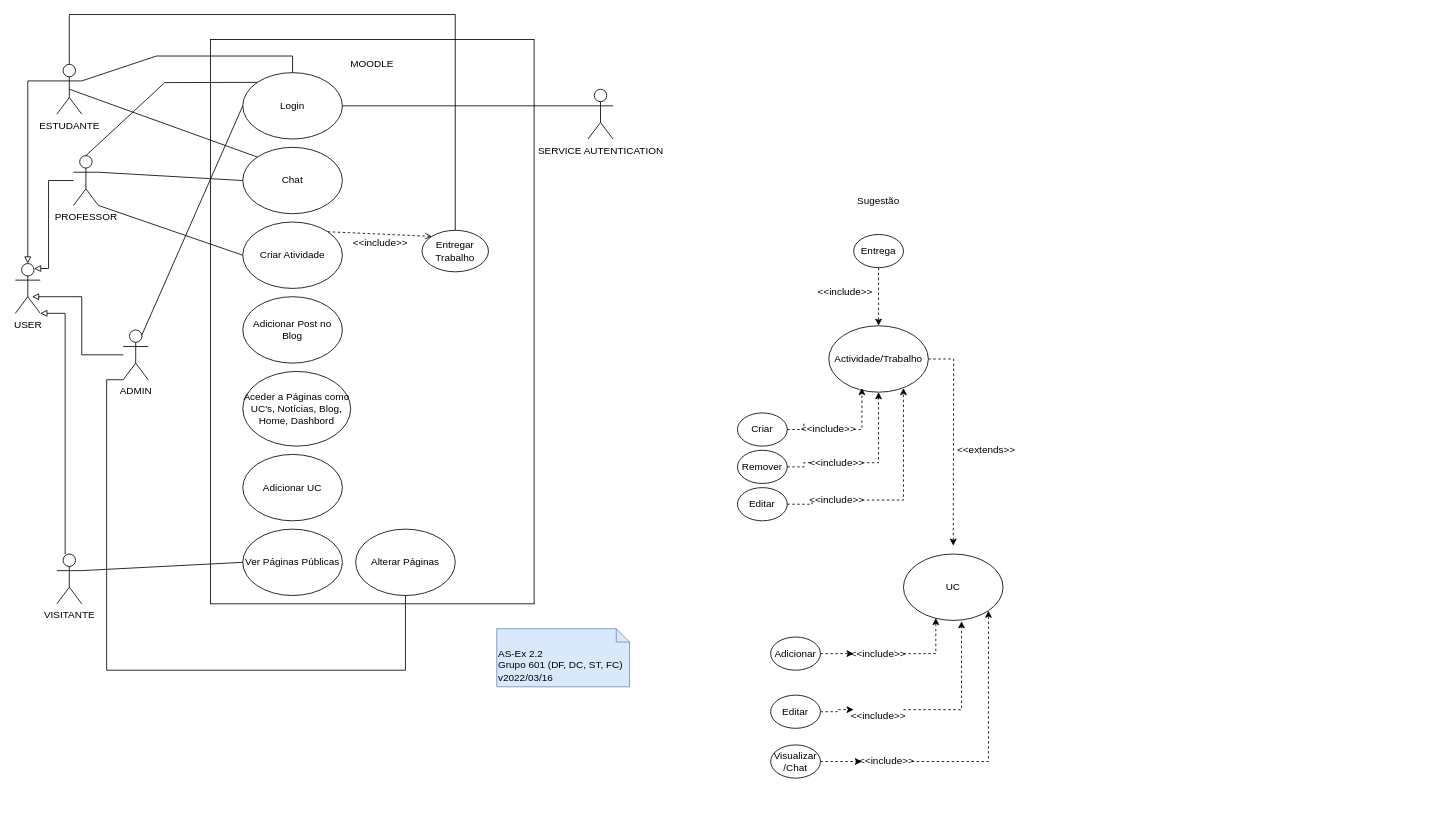
DavidAraujo98/AS keeps this draw.io diagram as page "2.2" (3 of 3) of P/P2/P2.drawio. Above is the earlier version. Source tidied: cells renumbered, new cells numbered last; positions are measured from the earlier drawing's top-left corner, leaving out a move shared by most shapes. Both pictures are drawn from the tidied source at 83%, with x=0, y=0 at pixel (15, 14).
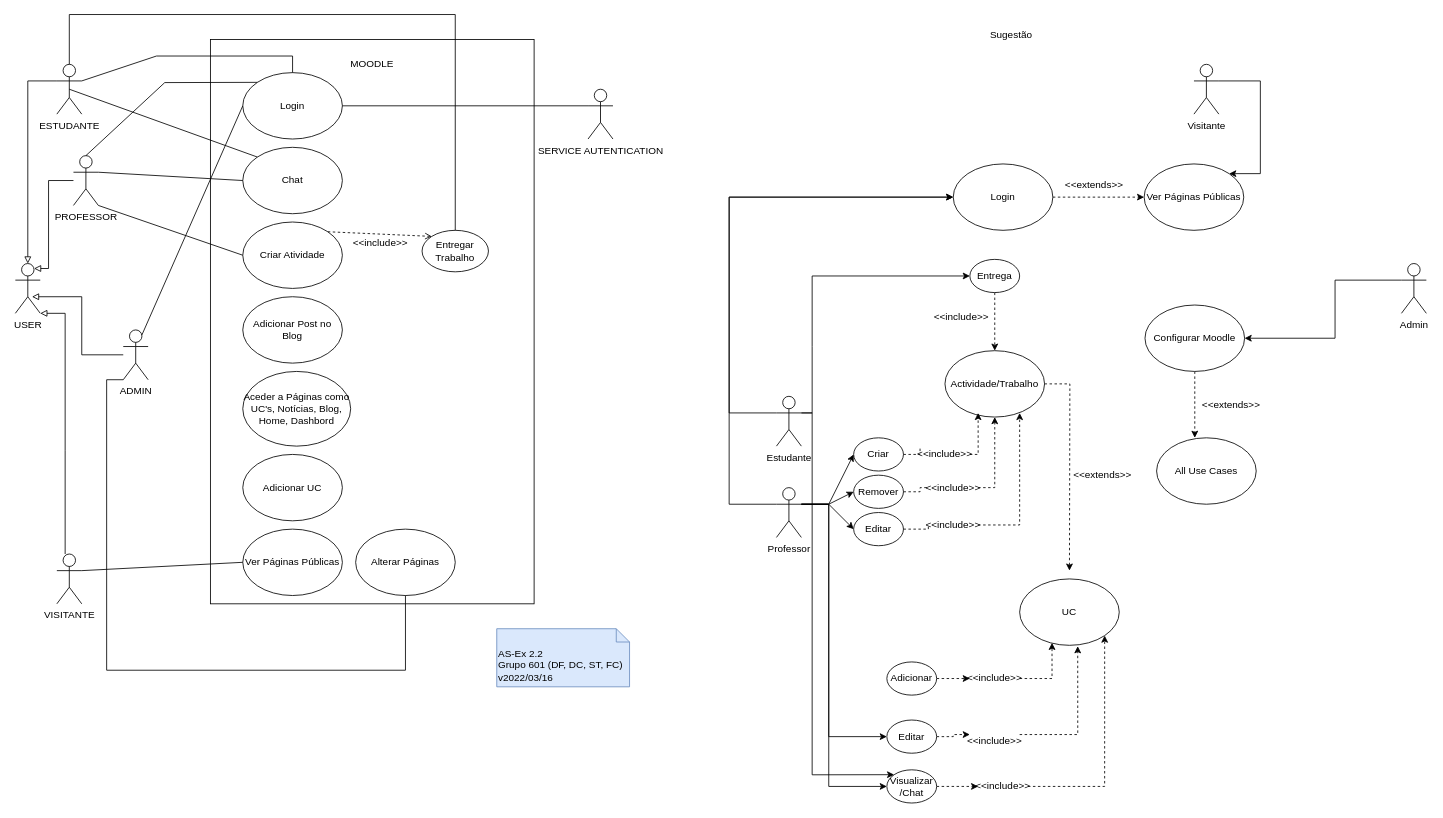
Above is the later version.

What changed in the source:
```diff
@@
     <mxCell id="38" style="edgeStyle=orthogonalEdgeStyle;rounded=0;jettySize=auto;html=1;exitX=1;exitY=0.5;exitDx=0;exitDy=0;dashed=1;" parent="1" edge="1" source="39">
       <mxGeometry relative="1" as="geometry">
-        <mxPoint x="1130" y="640" as="targetPoint" />
+        <mxPoint x="1270" y="670" as="targetPoint" />
       </mxGeometry>
     </mxCell>
     <mxCell id="39" value="Actividade/Trabalho" style="ellipse;whiteSpace=wrap;html=1;" parent="1" vertex="1">
-      <mxGeometry x="980" y="375" width="120" height="80" as="geometry" />
+      <mxGeometry x="1120" y="405" width="120" height="80" as="geometry" />
     </mxCell>
     <mxCell id="40" style="edgeStyle=orthogonalEdgeStyle;rounded=0;jettySize=auto;html=1;exitX=1;exitY=0.5;exitDx=0;exitDy=0;entryX=0.333;entryY=0.938;entryDx=0;entryDy=0;entryPerimeter=0;dashed=1;startArrow=none;" parent="1" edge="1" source="51" target="39">
       <mxGeometry relative="1" as="geometry">
         <Array as="points">
-          <mxPoint x="1020" y="500" />
+          <mxPoint x="1160" y="530" />
         </Array>
       </mxGeometry>
     </mxCell>
     <mxCell id="41" value="Criar" style="ellipse;whiteSpace=wrap;html=1;" parent="1" vertex="1">
-      <mxGeometry x="870" y="480" width="60" height="40" as="geometry" />
+      <mxGeometry x="1010" y="510" width="60" height="40" as="geometry" />
     </mxCell>
@@
     <mxCell id="43" value="Remover" style="ellipse;whiteSpace=wrap;html=1;" parent="1" vertex="1">
-      <mxGeometry x="870" y="525" width="60" height="40" as="geometry" />
+      <mxGeometry x="1010" y="555" width="60" height="40" as="geometry" />
     </mxCell>
@@
     <mxCell id="45" value="Editar" style="ellipse;whiteSpace=wrap;html=1;" parent="1" vertex="1">
-      <mxGeometry x="870" y="570" width="60" height="40" as="geometry" />
+      <mxGeometry x="1010" y="600" width="60" height="40" as="geometry" />
     </mxCell>
     <mxCell id="46" value="Entrega" style="ellipse;whiteSpace=wrap;html=1;" parent="1" vertex="1">
-      <mxGeometry x="1010" y="265" width="60" height="40" as="geometry" />
+      <mxGeometry x="1150" y="295" width="60" height="40" as="geometry" />
     </mxCell>
     <mxCell id="47" value="&lt;div&gt;&amp;lt;&amp;lt;include&amp;gt;&amp;gt;&lt;/div&gt;" style="text;html=1;strokeColor=none;fillColor=none;align=center;verticalAlign=middle;whiteSpace=wrap;rounded=0;" parent="1" vertex="1">
-      <mxGeometry x="960" y="570" width="60" height="30" as="geometry" />
+      <mxGeometry x="1100" y="600" width="60" height="30" as="geometry" />
     </mxCell>
     <mxCell id="48" style="edgeStyle=orthogonalEdgeStyle;rounded=0;jettySize=auto;html=1;exitX=1;exitY=0.5;exitDx=0;exitDy=0;dashed=1;endArrow=none;entryX=0;entryY=0.5;entryDx=0;entryDy=0;" parent="1" edge="1" source="45" target="47">
       <mxGeometry relative="1" as="geometry">
         <Array as="points">
-          <mxPoint x="960" y="590" />
+          <mxPoint x="1100" y="620" />
         </Array>
       </mxGeometry>
     </mxCell>
     <mxCell id="49" value="&lt;div&gt;&amp;lt;&amp;lt;include&amp;gt;&amp;gt;&lt;/div&gt;" style="text;html=1;strokeColor=none;fillColor=none;align=center;verticalAlign=middle;whiteSpace=wrap;rounded=0;" parent="1" vertex="1">
-      <mxGeometry x="960" y="525" width="60" height="30" as="geometry" />
+      <mxGeometry x="1100" y="555" width="60" height="30" as="geometry" />
     </mxCell>
@@
     <mxCell id="51" value="&lt;div&gt;&amp;lt;&amp;lt;include&amp;gt;&amp;gt;&lt;/div&gt;" style="text;html=1;strokeColor=none;fillColor=none;align=center;verticalAlign=middle;whiteSpace=wrap;rounded=0;" parent="1" vertex="1">
-      <mxGeometry x="950" y="485" width="60" height="30" as="geometry" />
+      <mxGeometry x="1090" y="515" width="60" height="30" as="geometry" />
     </mxCell>
@@
     <mxCell id="53" value="&lt;div&gt;&amp;lt;&amp;lt;include&amp;gt;&amp;gt;&lt;/div&gt;" style="text;html=1;strokeColor=none;fillColor=none;align=center;verticalAlign=middle;whiteSpace=wrap;rounded=0;" parent="1" vertex="1">
-      <mxGeometry x="970" y="320" width="60" height="30" as="geometry" />
+      <mxGeometry x="1110" y="350" width="60" height="30" as="geometry" />
     </mxCell>
     <mxCell id="54" value="Sugestão" style="text;html=1;strokeColor=none;fillColor=none;align=center;verticalAlign=middle;whiteSpace=wrap;rounded=0;" parent="1" vertex="1">
-      <mxGeometry x="1010" y="210" width="60" height="30" as="geometry" />
+      <mxGeometry x="1170" y="10" width="60" height="30" as="geometry" />
     </mxCell>
     <mxCell id="55" value="UC" style="ellipse;whiteSpace=wrap;html=1;" parent="1" vertex="1">
-      <mxGeometry x="1070" y="650" width="120" height="80" as="geometry" />
+      <mxGeometry x="1210" y="680" width="120" height="80" as="geometry" />
     </mxCell>
@@
     <mxCell id="57" value="Adicionar" style="ellipse;whiteSpace=wrap;html=1;" parent="1" vertex="1">
-      <mxGeometry x="910" y="750" width="60" height="40" as="geometry" />
+      <mxGeometry x="1050" y="780" width="60" height="40" as="geometry" />
     </mxCell>
@@
     <mxCell id="59" value="Editar" style="ellipse;whiteSpace=wrap;html=1;" parent="1" vertex="1">
-      <mxGeometry x="910" y="820" width="60" height="40" as="geometry" />
+      <mxGeometry x="1050" y="850" width="60" height="40" as="geometry" />
     </mxCell>
@@
     <mxCell id="61" value="&lt;div&gt;&amp;lt;&amp;lt;include&amp;gt;&amp;gt;&lt;/div&gt;" style="text;html=1;strokeColor=none;fillColor=none;align=center;verticalAlign=middle;whiteSpace=wrap;rounded=0;" parent="1" vertex="1">
-      <mxGeometry x="1010" y="830" width="60" height="30" as="geometry" />
+      <mxGeometry x="1150" y="860" width="60" height="30" as="geometry" />
     </mxCell>
@@
     <mxCell id="63" value="&lt;div&gt;&amp;lt;&amp;lt;include&amp;gt;&amp;gt;&lt;/div&gt;" style="text;html=1;strokeColor=none;fillColor=none;align=center;verticalAlign=middle;whiteSpace=wrap;rounded=0;" parent="1" vertex="1">
-      <mxGeometry x="1010" y="755" width="60" height="30" as="geometry" />
+      <mxGeometry x="1150" y="785" width="60" height="30" as="geometry" />
     </mxCell>
@@
     <mxCell id="65" value="Visualizar&lt;br&gt;/Chat" style="ellipse;whiteSpace=wrap;html=1;" parent="1" vertex="1">
-      <mxGeometry x="910" y="880" width="60" height="40" as="geometry" />
+      <mxGeometry x="1050" y="910" width="60" height="40" as="geometry" />
     </mxCell>
@@
     <mxCell id="67" value="&lt;div&gt;&amp;lt;&amp;lt;include&amp;gt;&amp;gt;&lt;/div&gt;" style="text;html=1;strokeColor=none;fillColor=none;align=center;verticalAlign=middle;whiteSpace=wrap;rounded=0;" parent="1" vertex="1">
-      <mxGeometry x="1020" y="885" width="60" height="30" as="geometry" />
+      <mxGeometry x="1160" y="915" width="60" height="30" as="geometry" />
     </mxCell>
     <mxCell id="68" value="&lt;div&gt;&amp;lt;&amp;lt;extends&amp;gt;&amp;gt;&lt;/div&gt;" style="text;html=1;strokeColor=none;fillColor=none;align=center;verticalAlign=middle;whiteSpace=wrap;rounded=0;" parent="1" vertex="1">
-      <mxGeometry x="1140" y="510" width="60" height="30" as="geometry" />
+      <mxGeometry x="1280" y="540" width="60" height="30" as="geometry" />
     </mxCell>
+    <mxCell id="69" style="edgeStyle=none;rounded=0;jettySize=auto;html=1;exitX=1;exitY=0.5;exitDx=0;exitDy=0;entryX=0;entryY=0.5;entryDx=0;entryDy=0;dashed=1;" parent="1" edge="1" source="70" target="71">
+      <mxGeometry relative="1" as="geometry" />
+    </mxCell>
+    <mxCell id="70" value="&lt;div&gt;Login&lt;/div&gt;" style="ellipse;whiteSpace=wrap;html=1;" parent="1" vertex="1">
+      <mxGeometry x="1130" y="180" width="120" height="80" as="geometry" />
+    </mxCell>
+    <mxCell id="71" value="&lt;div&gt;Ver Páginas Públicas&lt;/div&gt;" style="ellipse;whiteSpace=wrap;html=1;" parent="1" vertex="1">
+      <mxGeometry x="1360" y="180" width="120" height="80" as="geometry" />
+    </mxCell>
+    <mxCell id="72" style="edgeStyle=none;rounded=0;jettySize=auto;html=1;exitX=0.5;exitY=1;exitDx=0;exitDy=0;dashed=1;" parent="1" edge="1" source="73">
+      <mxGeometry relative="1" as="geometry">
+        <mxPoint x="1421" y="510" as="targetPoint" />
+      </mxGeometry>
+    </mxCell>
+    <mxCell id="73" value="&lt;div&gt;Configurar Moodle&lt;/div&gt;" style="ellipse;whiteSpace=wrap;html=1;" parent="1" vertex="1">
+      <mxGeometry x="1361" y="350" width="120" height="80" as="geometry" />
+    </mxCell>
+    <mxCell id="74" style="edgeStyle=orthogonalEdgeStyle;rounded=0;jettySize=auto;html=1;exitX=1;exitY=0.3333333333333333;exitDx=0;exitDy=0;exitPerimeter=0;entryX=1;entryY=0;entryDx=0;entryDy=0;" parent="1" edge="1" target="71">
+      <mxGeometry relative="1" as="geometry">
+        <mxPoint x="1450" y="80" as="sourcePoint" />
+        <Array as="points">
+          <mxPoint x="1500" y="80" />
+          <mxPoint x="1500" y="192" />
+        </Array>
+      </mxGeometry>
+    </mxCell>
+    <mxCell id="75" value="&lt;div&gt;Visitante&lt;/div&gt;&lt;div&gt;&lt;br&gt;&lt;/div&gt;&lt;div&gt;&lt;br&gt;&lt;/div&gt;" style="shape=umlActor;verticalLabelPosition=bottom;verticalAlign=top;html=1;" parent="1" vertex="1">
+      <mxGeometry x="1420" y="60" width="30" height="60" as="geometry" />
+    </mxCell>
+    <mxCell id="76" style="rounded=0;jettySize=auto;html=1;exitX=0;exitY=0.3333333333333333;exitDx=0;exitDy=0;exitPerimeter=0;" parent="1" edge="1" source="77" target="73">
+      <mxGeometry relative="1" as="geometry">
+        <Array as="points">
+          <mxPoint x="1590" y="320" />
+          <mxPoint x="1590" y="390" />
+        </Array>
+      </mxGeometry>
+    </mxCell>
+    <mxCell id="77" value="&lt;div&gt;Admin&lt;/div&gt;" style="shape=umlActor;verticalLabelPosition=bottom;verticalAlign=top;html=1;outlineConnect=0;" parent="1" vertex="1">
+      <mxGeometry x="1670" y="300" width="30" height="60" as="geometry" />
+    </mxCell>
+    <mxCell id="78" style="edgeStyle=none;rounded=0;jettySize=auto;html=1;exitX=1;exitY=0.3333333333333333;exitDx=0;exitDy=0;exitPerimeter=0;entryX=0;entryY=0.5;entryDx=0;entryDy=0;" parent="1" edge="1" source="84" target="43">
+      <mxGeometry relative="1" as="geometry">
+        <Array as="points">
+          <mxPoint x="980" y="590" />
+        </Array>
+      </mxGeometry>
+    </mxCell>
+    <mxCell id="79" style="edgeStyle=none;rounded=0;jettySize=auto;html=1;exitX=1;exitY=0.3333333333333333;exitDx=0;exitDy=0;exitPerimeter=0;entryX=0;entryY=0.5;entryDx=0;entryDy=0;" parent="1" edge="1" source="84" target="41">
+      <mxGeometry relative="1" as="geometry">
+        <Array as="points">
+          <mxPoint x="980" y="590" />
+        </Array>
+      </mxGeometry>
+    </mxCell>
+    <mxCell id="80" style="edgeStyle=none;rounded=0;jettySize=auto;html=1;exitX=1;exitY=0.3333333333333333;exitDx=0;exitDy=0;exitPerimeter=0;entryX=0;entryY=0.5;entryDx=0;entryDy=0;" parent="1" edge="1" source="84" target="45">
+      <mxGeometry relative="1" as="geometry">
+        <Array as="points">
+          <mxPoint x="980" y="590" />
+        </Array>
+      </mxGeometry>
+    </mxCell>
+    <mxCell id="81" style="edgeStyle=none;rounded=0;jettySize=auto;html=1;exitX=1;exitY=0.3333333333333333;exitDx=0;exitDy=0;exitPerimeter=0;entryX=0;entryY=0.5;entryDx=0;entryDy=0;" parent="1" edge="1" source="84" target="59">
+      <mxGeometry relative="1" as="geometry">
+        <Array as="points">
+          <mxPoint x="980" y="590" />
+          <mxPoint x="980" y="870" />
+        </Array>
+      </mxGeometry>
+    </mxCell>
+    <mxCell id="82" style="edgeStyle=none;rounded=0;jettySize=auto;html=1;exitX=1;exitY=0.3333333333333333;exitDx=0;exitDy=0;exitPerimeter=0;entryX=0;entryY=0.5;entryDx=0;entryDy=0;" parent="1" edge="1" source="84" target="65">
+      <mxGeometry relative="1" as="geometry">
+        <Array as="points">
+          <mxPoint x="980" y="590" />
+          <mxPoint x="980" y="930" />
+        </Array>
+      </mxGeometry>
+    </mxCell>
+    <mxCell id="83" style="edgeStyle=none;rounded=0;jettySize=auto;html=1;exitX=0;exitY=0.3333333333333333;exitDx=0;exitDy=0;exitPerimeter=0;entryX=0;entryY=0.5;entryDx=0;entryDy=0;" parent="1" edge="1" source="84" target="70">
+      <mxGeometry relative="1" as="geometry">
+        <Array as="points">
+          <mxPoint x="860" y="590" />
+          <mxPoint x="860" y="220" />
+        </Array>
+      </mxGeometry>
+    </mxCell>
+    <mxCell id="84" value="&lt;div&gt;Professor&lt;/div&gt;" style="shape=umlActor;verticalLabelPosition=bottom;verticalAlign=top;html=1;outlineConnect=0;" parent="1" vertex="1">
+      <mxGeometry x="917" y="570" width="30" height="60" as="geometry" />
+    </mxCell>
+    <mxCell id="85" style="edgeStyle=none;rounded=0;jettySize=auto;html=1;exitX=1;exitY=0.3333333333333333;exitDx=0;exitDy=0;exitPerimeter=0;entryX=0;entryY=0.5;entryDx=0;entryDy=0;" parent="1" edge="1" source="88" target="46">
+      <mxGeometry relative="1" as="geometry">
+        <Array as="points">
+          <mxPoint x="960" y="480" />
+          <mxPoint x="960" y="400" />
+          <mxPoint x="960" y="315" />
+        </Array>
+      </mxGeometry>
+    </mxCell>
+    <mxCell id="86" style="edgeStyle=none;rounded=0;jettySize=auto;html=1;exitX=1;exitY=0.3333333333333333;exitDx=0;exitDy=0;exitPerimeter=0;entryX=0;entryY=0;entryDx=0;entryDy=0;" parent="1" edge="1" source="88" target="65">
+      <mxGeometry relative="1" as="geometry">
+        <Array as="points">
+          <mxPoint x="960" y="480" />
+          <mxPoint x="960" y="916" />
+        </Array>
+      </mxGeometry>
+    </mxCell>
+    <mxCell id="87" style="edgeStyle=none;rounded=0;jettySize=auto;html=1;exitX=0;exitY=0.3333333333333333;exitDx=0;exitDy=0;exitPerimeter=0;entryX=0;entryY=0.5;entryDx=0;entryDy=0;" parent="1" edge="1" source="88" target="70">
+      <mxGeometry relative="1" as="geometry">
+        <Array as="points">
+          <mxPoint x="860" y="480" />
+          <mxPoint x="860" y="220" />
+        </Array>
+      </mxGeometry>
+    </mxCell>
+    <mxCell id="88" value="&lt;div&gt;Estudante&lt;/div&gt;" style="shape=umlActor;verticalLabelPosition=bottom;verticalAlign=top;html=1;outlineConnect=0;" parent="1" vertex="1">
+      <mxGeometry x="917" y="460" width="30" height="60" as="geometry" />
+    </mxCell>
+    <mxCell id="89" value="&lt;div&gt;&amp;lt;&amp;lt;extends&amp;gt;&amp;gt;&lt;/div&gt;" style="text;html=1;strokeColor=none;fillColor=none;align=center;verticalAlign=middle;whiteSpace=wrap;rounded=0;" parent="1" vertex="1">
+      <mxGeometry x="1270" y="190" width="60" height="30" as="geometry" />
+    </mxCell>
+    <mxCell id="90" value="&lt;div&gt;All Use Cases&lt;/div&gt;" style="ellipse;whiteSpace=wrap;html=1;" parent="1" vertex="1">
+      <mxGeometry x="1375" y="510" width="120" height="80" as="geometry" />
+    </mxCell>
+    <mxCell id="91" value="&lt;div&gt;&amp;lt;&amp;lt;extends&amp;gt;&amp;gt;&lt;/div&gt;" style="text;html=1;strokeColor=none;fillColor=none;align=center;verticalAlign=middle;whiteSpace=wrap;rounded=0;" parent="1" vertex="1">
+      <mxGeometry x="1435" y="455" width="60" height="30" as="geometry" />
+    </mxCell>
```
